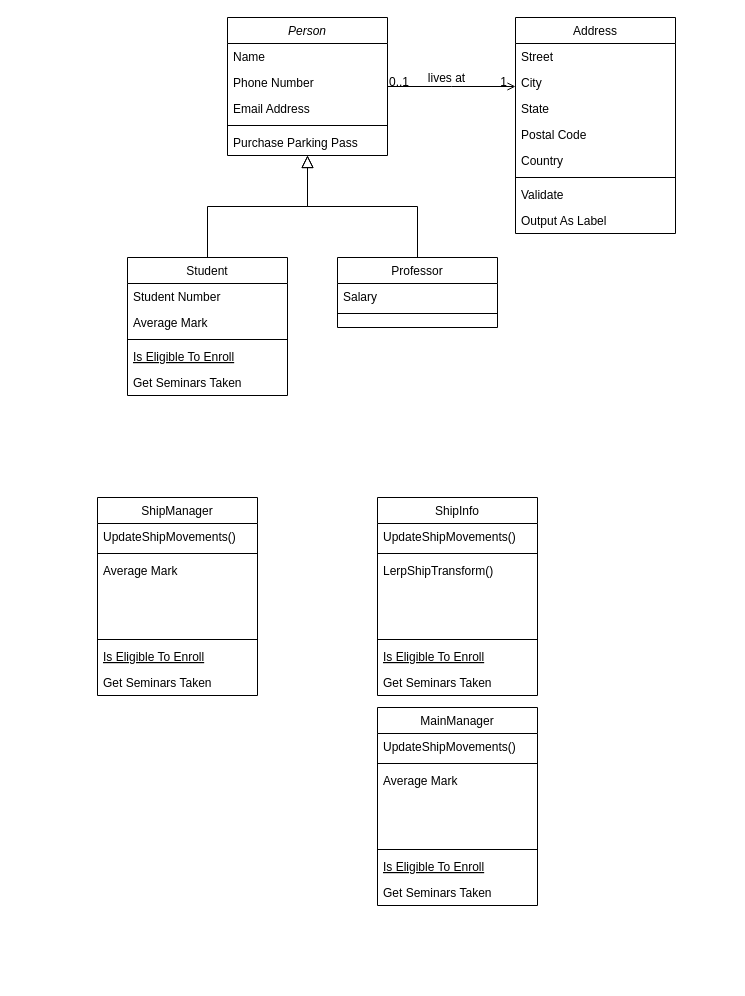
This is MM_Unity6.drawio from duckgoo9/MM-unity6-drawio, a draw.io file, before an edit. Source tidied: cells renumbered, new cells numbered last; positions are measured from the earlier drawing's top-left corner, leaving out a move shared by most shapes. Both pictures are drawn from the tidied source at 100%, with x=0, y=0 at pixel (97, 17).
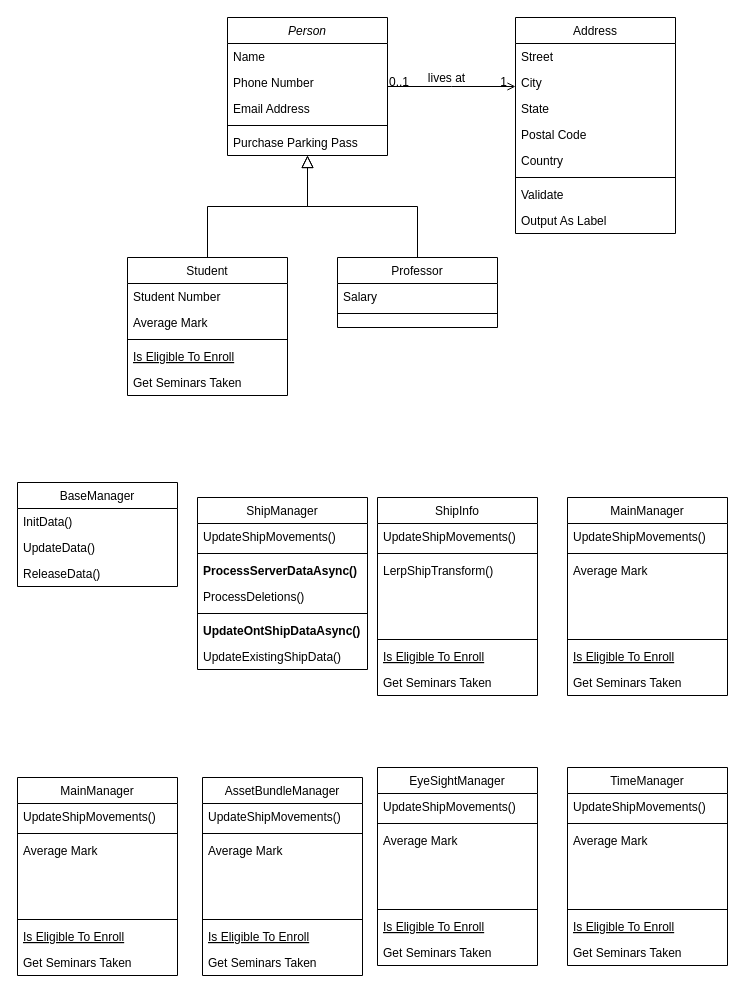
After the change.

What changed in the source:
```diff
@@
     <mxCell id="32" value="ShipManager" style="swimlane;fontStyle=0;align=center;verticalAlign=top;horizontal=1;startSize=26;rounded=0;shadow=0;strokeWidth=1;" parent="1" vertex="1">
-      <mxGeometry y="480" width="160" height="198" as="geometry" />
+      <mxGeometry x="100" y="480" width="170" height="172" as="geometry" />
     </mxCell>
     <mxCell id="33" value="UpdateShipMovements()" style="text;align=left;verticalAlign=top;spacingLeft=4;spacingRight=4;overflow=hidden;" parent="32" vertex="1">
-      <mxGeometry y="26" width="160" height="26" as="geometry" />
+      <mxGeometry y="26" width="170" height="26" as="geometry" />
     </mxCell>
     <mxCell id="34" style="line;html=1;strokeWidth=1;align=left;verticalAlign=middle;spacingTop=-1;spacingLeft=3;spacingRight=3;labelPosition=right;" parent="32" vertex="1">
-      <mxGeometry y="52" width="160" height="8" as="geometry" />
+      <mxGeometry y="52" width="170" height="8" as="geometry" />
     </mxCell>
-    <mxCell id="35" value="Average Mark" style="text;align=left;verticalAlign=top;spacingLeft=4;spacingRight=4;overflow=hidden;rounded=0;shadow=0;html=0;" parent="32" vertex="1">
-      <mxGeometry y="60" width="160" height="26" as="geometry" />
+    <mxCell id="35" value="ProcessServerDataAsync()" style="text;align=left;verticalAlign=top;spacingLeft=4;spacingRight=4;overflow=hidden;rounded=0;shadow=0;html=0;fontStyle=1;" parent="32" vertex="1">
+      <mxGeometry y="60" width="170" height="26" as="geometry" />
     </mxCell>
-    <mxCell id="36" style="text;align=left;verticalAlign=top;spacingLeft=4;spacingRight=4;overflow=hidden;rounded=0;shadow=0;html=0;" parent="32" vertex="1">
-      <mxGeometry y="86" width="160" height="26" as="geometry" />
-    </mxCell>
-    <mxCell id="37" style="text;align=left;verticalAlign=top;spacingLeft=4;spacingRight=4;overflow=hidden;rounded=0;shadow=0;html=0;" parent="32" vertex="1">
-      <mxGeometry y="112" width="160" height="26" as="geometry" />
+    <mxCell id="37" value="ProcessDeletions()" style="text;align=left;verticalAlign=top;spacingLeft=4;spacingRight=4;overflow=hidden;rounded=0;shadow=0;html=0;" parent="32" vertex="1">
+      <mxGeometry y="86" width="170" height="26" as="geometry" />
     </mxCell>
     <mxCell id="38" style="line;html=1;strokeWidth=1;align=left;verticalAlign=middle;spacingTop=-1;spacingLeft=3;spacingRight=3;labelPosition=right;" parent="32" vertex="1">
-      <mxGeometry y="138" width="160" height="8" as="geometry" />
+      <mxGeometry y="112" width="170" height="8" as="geometry" />
     </mxCell>
-    <mxCell id="39" value="Is Eligible To Enroll" style="text;align=left;verticalAlign=top;spacingLeft=4;spacingRight=4;overflow=hidden;fontStyle=4;" parent="32" vertex="1">
-      <mxGeometry y="146" width="160" height="26" as="geometry" />
-    </mxCell>
+    <mxCell id="36" value="UpdateOntShipDataAsync()" style="text;align=left;verticalAlign=top;spacingLeft=4;spacingRight=4;overflow=hidden;rounded=0;shadow=0;html=0;strokeColor=none;fontStyle=1;" parent="32" vertex="1">
+      <mxGeometry y="120" width="170" height="26" as="geometry" />
+    </mxCell>
-    <mxCell id="40" value="Get Seminars Taken" style="text;align=left;verticalAlign=top;spacingLeft=4;spacingRight=4;overflow=hidden;" parent="32" vertex="1">
-      <mxGeometry y="172" width="160" height="26" as="geometry" />
+    <mxCell id="40" value="UpdateExistingShipData()" style="text;align=left;verticalAlign=top;spacingLeft=4;spacingRight=4;overflow=hidden;" parent="32" vertex="1">
+      <mxGeometry y="146" width="170" height="26" as="geometry" />
     </mxCell>
@@
     <mxCell id="50" value="MainManager" style="swimlane;fontStyle=0;align=center;verticalAlign=top;horizontal=1;startSize=26;rounded=0;shadow=0;strokeWidth=1;" parent="1" vertex="1">
-      <mxGeometry x="280" y="690" width="160" height="198" as="geometry" />
+      <mxGeometry x="470" y="480" width="160" height="198" as="geometry" />
     </mxCell>
@@
+    <mxCell id="59" value="BaseManager" style="swimlane;fontStyle=0;align=center;verticalAlign=top;horizontal=1;startSize=26;rounded=0;shadow=0;strokeWidth=1;" parent="1" vertex="1">
+      <mxGeometry x="-80" y="465" width="160" height="104" as="geometry" />
+    </mxCell>
+    <mxCell id="60" value="InitData()" style="text;align=left;verticalAlign=top;spacingLeft=4;spacingRight=4;overflow=hidden;" parent="59" vertex="1">
+      <mxGeometry y="26" width="160" height="26" as="geometry" />
+    </mxCell>
+    <mxCell id="61" value="UpdateData()" style="text;align=left;verticalAlign=top;spacingLeft=4;spacingRight=4;overflow=hidden;rounded=0;shadow=0;html=0;" parent="59" vertex="1">
+      <mxGeometry y="52" width="160" height="26" as="geometry" />
+    </mxCell>
+    <mxCell id="62" value="ReleaseData()" style="text;align=left;verticalAlign=top;spacingLeft=4;spacingRight=4;overflow=hidden;" parent="59" vertex="1">
+      <mxGeometry y="78" width="160" height="26" as="geometry" />
+    </mxCell>
+    <mxCell id="63" value="MainManager" style="swimlane;fontStyle=0;align=center;verticalAlign=top;horizontal=1;startSize=26;rounded=0;shadow=0;strokeWidth=1;" parent="1" vertex="1">
+      <mxGeometry x="-80" y="760" width="160" height="198" as="geometry" />
+    </mxCell>
+    <mxCell id="64" value="UpdateShipMovements()" style="text;align=left;verticalAlign=top;spacingLeft=4;spacingRight=4;overflow=hidden;" parent="63" vertex="1">
+      <mxGeometry y="26" width="160" height="26" as="geometry" />
+    </mxCell>
+    <mxCell id="65" style="line;html=1;strokeWidth=1;align=left;verticalAlign=middle;spacingTop=-1;spacingLeft=3;spacingRight=3;labelPosition=right;" parent="63" vertex="1">
+      <mxGeometry y="52" width="160" height="8" as="geometry" />
+    </mxCell>
+    <mxCell id="66" value="Average Mark" style="text;align=left;verticalAlign=top;spacingLeft=4;spacingRight=4;overflow=hidden;rounded=0;shadow=0;html=0;" parent="63" vertex="1">
+      <mxGeometry y="60" width="160" height="26" as="geometry" />
+    </mxCell>
+    <mxCell id="67" style="text;align=left;verticalAlign=top;spacingLeft=4;spacingRight=4;overflow=hidden;rounded=0;shadow=0;html=0;" parent="63" vertex="1">
+      <mxGeometry y="86" width="160" height="26" as="geometry" />
+    </mxCell>
+    <mxCell id="68" style="text;align=left;verticalAlign=top;spacingLeft=4;spacingRight=4;overflow=hidden;rounded=0;shadow=0;html=0;" parent="63" vertex="1">
+      <mxGeometry y="112" width="160" height="26" as="geometry" />
+    </mxCell>
+    <mxCell id="69" style="line;html=1;strokeWidth=1;align=left;verticalAlign=middle;spacingTop=-1;spacingLeft=3;spacingRight=3;labelPosition=right;" parent="63" vertex="1">
+      <mxGeometry y="138" width="160" height="8" as="geometry" />
+    </mxCell>
+    <mxCell id="70" value="Is Eligible To Enroll" style="text;align=left;verticalAlign=top;spacingLeft=4;spacingRight=4;overflow=hidden;fontStyle=4;" parent="63" vertex="1">
+      <mxGeometry y="146" width="160" height="26" as="geometry" />
+    </mxCell>
+    <mxCell id="71" value="Get Seminars Taken" style="text;align=left;verticalAlign=top;spacingLeft=4;spacingRight=4;overflow=hidden;" parent="63" vertex="1">
+      <mxGeometry y="172" width="160" height="26" as="geometry" />
+    </mxCell>
+    <mxCell id="72" value="AssetBundleManager" style="swimlane;fontStyle=0;align=center;verticalAlign=top;horizontal=1;startSize=26;rounded=0;shadow=0;strokeWidth=1;" parent="1" vertex="1">
+      <mxGeometry x="105" y="760" width="160" height="198" as="geometry" />
+    </mxCell>
+    <mxCell id="73" value="UpdateShipMovements()" style="text;align=left;verticalAlign=top;spacingLeft=4;spacingRight=4;overflow=hidden;" parent="72" vertex="1">
+      <mxGeometry y="26" width="160" height="26" as="geometry" />
+    </mxCell>
+    <mxCell id="74" style="line;html=1;strokeWidth=1;align=left;verticalAlign=middle;spacingTop=-1;spacingLeft=3;spacingRight=3;labelPosition=right;" parent="72" vertex="1">
+      <mxGeometry y="52" width="160" height="8" as="geometry" />
+    </mxCell>
+    <mxCell id="75" value="Average Mark" style="text;align=left;verticalAlign=top;spacingLeft=4;spacingRight=4;overflow=hidden;rounded=0;shadow=0;html=0;" parent="72" vertex="1">
+      <mxGeometry y="60" width="160" height="26" as="geometry" />
+    </mxCell>
+    <mxCell id="76" style="text;align=left;verticalAlign=top;spacingLeft=4;spacingRight=4;overflow=hidden;rounded=0;shadow=0;html=0;" parent="72" vertex="1">
+      <mxGeometry y="86" width="160" height="26" as="geometry" />
+    </mxCell>
+    <mxCell id="77" style="text;align=left;verticalAlign=top;spacingLeft=4;spacingRight=4;overflow=hidden;rounded=0;shadow=0;html=0;" parent="72" vertex="1">
+      <mxGeometry y="112" width="160" height="26" as="geometry" />
+    </mxCell>
+    <mxCell id="78" style="line;html=1;strokeWidth=1;align=left;verticalAlign=middle;spacingTop=-1;spacingLeft=3;spacingRight=3;labelPosition=right;" parent="72" vertex="1">
+      <mxGeometry y="138" width="160" height="8" as="geometry" />
+    </mxCell>
+    <mxCell id="79" value="Is Eligible To Enroll" style="text;align=left;verticalAlign=top;spacingLeft=4;spacingRight=4;overflow=hidden;fontStyle=4;" parent="72" vertex="1">
+      <mxGeometry y="146" width="160" height="26" as="geometry" />
+    </mxCell>
+    <mxCell id="80" value="Get Seminars Taken" style="text;align=left;verticalAlign=top;spacingLeft=4;spacingRight=4;overflow=hidden;" parent="72" vertex="1">
+      <mxGeometry y="172" width="160" height="26" as="geometry" />
+    </mxCell>
+    <mxCell id="81" value="EyeSightManager" style="swimlane;fontStyle=0;align=center;verticalAlign=top;horizontal=1;startSize=26;rounded=0;shadow=0;strokeWidth=1;" parent="1" vertex="1">
+      <mxGeometry x="280" y="750" width="160" height="198" as="geometry" />
+    </mxCell>
+    <mxCell id="82" value="UpdateShipMovements()" style="text;align=left;verticalAlign=top;spacingLeft=4;spacingRight=4;overflow=hidden;" parent="81" vertex="1">
+      <mxGeometry y="26" width="160" height="26" as="geometry" />
+    </mxCell>
+    <mxCell id="83" style="line;html=1;strokeWidth=1;align=left;verticalAlign=middle;spacingTop=-1;spacingLeft=3;spacingRight=3;labelPosition=right;" parent="81" vertex="1">
+      <mxGeometry y="52" width="160" height="8" as="geometry" />
+    </mxCell>
+    <mxCell id="84" value="Average Mark" style="text;align=left;verticalAlign=top;spacingLeft=4;spacingRight=4;overflow=hidden;rounded=0;shadow=0;html=0;" parent="81" vertex="1">
+      <mxGeometry y="60" width="160" height="26" as="geometry" />
+    </mxCell>
+    <mxCell id="85" style="text;align=left;verticalAlign=top;spacingLeft=4;spacingRight=4;overflow=hidden;rounded=0;shadow=0;html=0;" parent="81" vertex="1">
+      <mxGeometry y="86" width="160" height="26" as="geometry" />
+    </mxCell>
+    <mxCell id="86" style="text;align=left;verticalAlign=top;spacingLeft=4;spacingRight=4;overflow=hidden;rounded=0;shadow=0;html=0;" parent="81" vertex="1">
+      <mxGeometry y="112" width="160" height="26" as="geometry" />
+    </mxCell>
+    <mxCell id="87" style="line;html=1;strokeWidth=1;align=left;verticalAlign=middle;spacingTop=-1;spacingLeft=3;spacingRight=3;labelPosition=right;" parent="81" vertex="1">
+      <mxGeometry y="138" width="160" height="8" as="geometry" />
+    </mxCell>
+    <mxCell id="88" value="Is Eligible To Enroll" style="text;align=left;verticalAlign=top;spacingLeft=4;spacingRight=4;overflow=hidden;fontStyle=4;" parent="81" vertex="1">
+      <mxGeometry y="146" width="160" height="26" as="geometry" />
+    </mxCell>
+    <mxCell id="89" value="Get Seminars Taken" style="text;align=left;verticalAlign=top;spacingLeft=4;spacingRight=4;overflow=hidden;" parent="81" vertex="1">
+      <mxGeometry y="172" width="160" height="26" as="geometry" />
+    </mxCell>
+    <mxCell id="90" value="TimeManager" style="swimlane;fontStyle=0;align=center;verticalAlign=top;horizontal=1;startSize=26;rounded=0;shadow=0;strokeWidth=1;" parent="1" vertex="1">
+      <mxGeometry x="470" y="750" width="160" height="198" as="geometry" />
+    </mxCell>
+    <mxCell id="91" value="UpdateShipMovements()" style="text;align=left;verticalAlign=top;spacingLeft=4;spacingRight=4;overflow=hidden;" parent="90" vertex="1">
+      <mxGeometry y="26" width="160" height="26" as="geometry" />
+    </mxCell>
+    <mxCell id="92" style="line;html=1;strokeWidth=1;align=left;verticalAlign=middle;spacingTop=-1;spacingLeft=3;spacingRight=3;labelPosition=right;" parent="90" vertex="1">
+      <mxGeometry y="52" width="160" height="8" as="geometry" />
+    </mxCell>
+    <mxCell id="93" value="Average Mark" style="text;align=left;verticalAlign=top;spacingLeft=4;spacingRight=4;overflow=hidden;rounded=0;shadow=0;html=0;" parent="90" vertex="1">
+      <mxGeometry y="60" width="160" height="26" as="geometry" />
+    </mxCell>
+    <mxCell id="94" style="text;align=left;verticalAlign=top;spacingLeft=4;spacingRight=4;overflow=hidden;rounded=0;shadow=0;html=0;" parent="90" vertex="1">
+      <mxGeometry y="86" width="160" height="26" as="geometry" />
+    </mxCell>
+    <mxCell id="95" style="text;align=left;verticalAlign=top;spacingLeft=4;spacingRight=4;overflow=hidden;rounded=0;shadow=0;html=0;" parent="90" vertex="1">
+      <mxGeometry y="112" width="160" height="26" as="geometry" />
+    </mxCell>
+    <mxCell id="96" style="line;html=1;strokeWidth=1;align=left;verticalAlign=middle;spacingTop=-1;spacingLeft=3;spacingRight=3;labelPosition=right;" parent="90" vertex="1">
+      <mxGeometry y="138" width="160" height="8" as="geometry" />
+    </mxCell>
+    <mxCell id="97" value="Is Eligible To Enroll" style="text;align=left;verticalAlign=top;spacingLeft=4;spacingRight=4;overflow=hidden;fontStyle=4;" parent="90" vertex="1">
+      <mxGeometry y="146" width="160" height="26" as="geometry" />
+    </mxCell>
+    <mxCell id="98" value="Get Seminars Taken" style="text;align=left;verticalAlign=top;spacingLeft=4;spacingRight=4;overflow=hidden;" parent="90" vertex="1">
+      <mxGeometry y="172" width="160" height="26" as="geometry" />
+    </mxCell>
```
